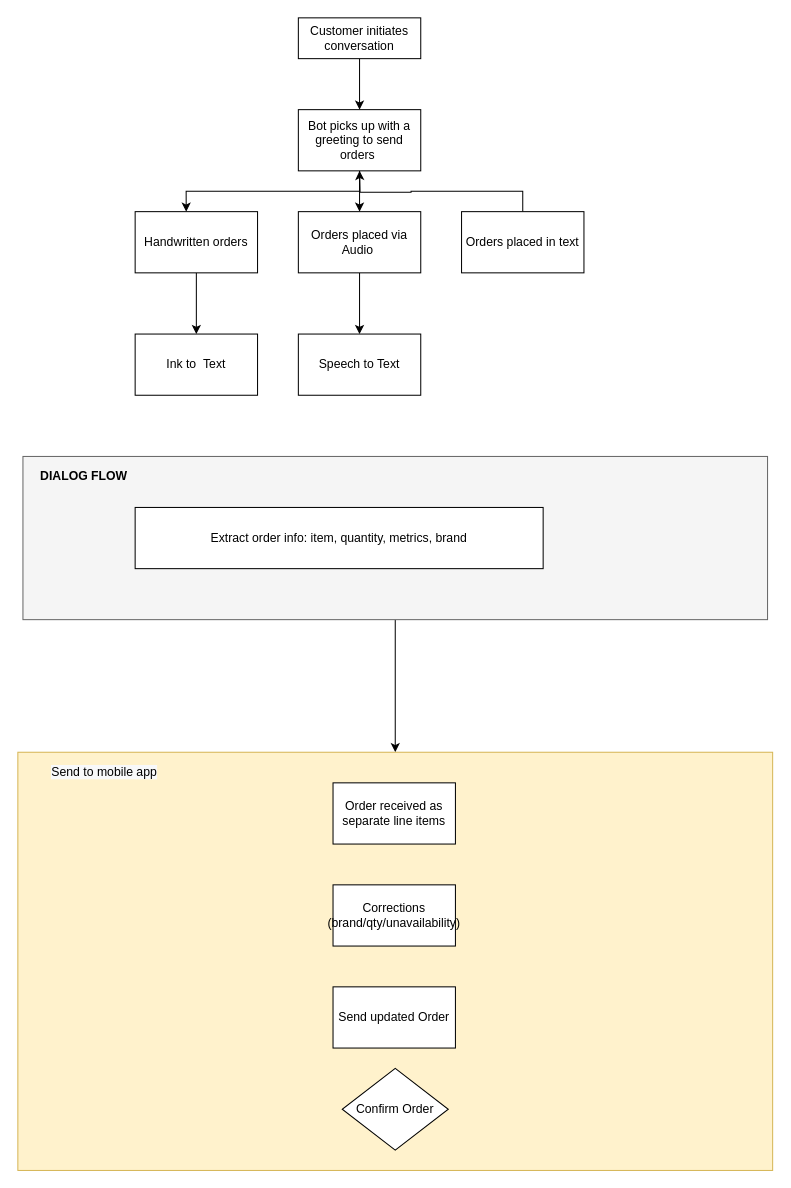
This is Untitled Diagram.drawio from hsachinraj/retail, a draw.io file, before an edit. Source tidied: cells renumbered, new cells numbered last; positions are measured from the earlier drawing's top-left corner, leaving out a move shared by most shapes. Both pictures are drawn from the tidied source at 102%, with x=0, y=0 at pixel (17, 17).
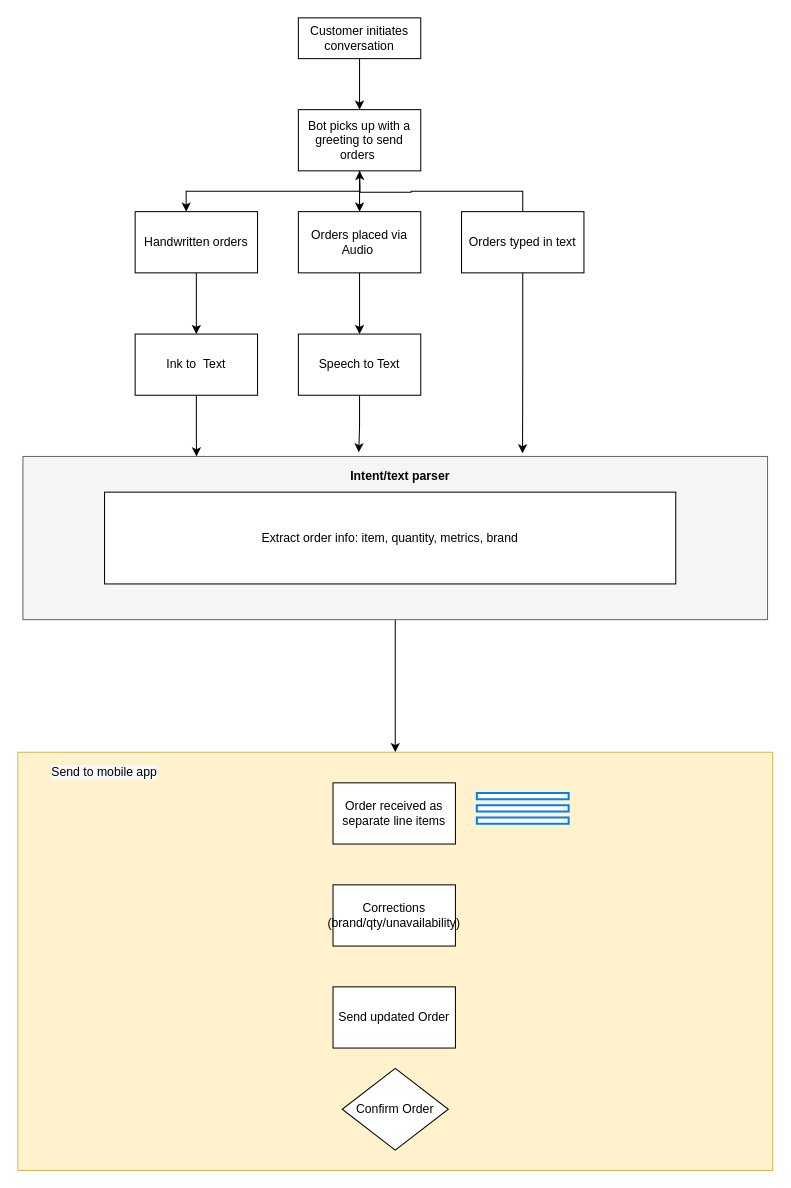
Above is the later version.

Unchanged cells that the change refers to:
```xml
<mxCell id="3" style="rounded=0;whiteSpace=wrap;html=1;fillColor=#f5f5f5;strokeColor=#666666;fontColor=#333333;" parent="1" vertex="1">
  <mxGeometry x="5" y="430" width="730" height="160" as="geometry" />
</mxCell>
<mxCell id="15" value="Speech to Text" style="whiteSpace=wrap;html=1;" parent="1" vertex="1">
  <mxGeometry x="275" y="310" width="120" height="60" as="geometry" />
</mxCell>
<mxCell id="16" value="Ink to &amp;nbsp;Text" style="whiteSpace=wrap;html=1;" parent="1" vertex="1">
  <mxGeometry x="115" y="310" width="120" height="60" as="geometry" />
</mxCell>
```

The edit, as a diff of the source:
```diff
@@
+    <mxCell id="25" style="edgeStyle=orthogonalEdgeStyle;rounded=0;jettySize=auto;html=1;exitX=0.5;exitY=1;exitDx=0;exitDy=0;entryX=0.671;entryY=-0.019;entryDx=0;entryDy=0;entryPerimeter=0;" parent="1" edge="1" source="14" target="3">
+      <mxGeometry relative="1" as="geometry" />
+    </mxCell>
-    <mxCell id="14" value="Orders placed in text" style="whiteSpace=wrap;html=1;" parent="1" vertex="1">
+    <mxCell id="14" value="Orders typed in text" style="whiteSpace=wrap;html=1;" parent="1" vertex="1">
       <mxGeometry x="435" y="190" width="120" height="60" as="geometry" />
     </mxCell>
+    <mxCell id="26" style="edgeStyle=orthogonalEdgeStyle;rounded=0;jettySize=auto;html=1;exitX=0.5;exitY=1;exitDx=0;exitDy=0;entryX=0.451;entryY=-0.025;entryDx=0;entryDy=0;entryPerimeter=0;" parent="1" edge="1" source="15" target="3">
+      <mxGeometry relative="1" as="geometry">
+        <Array as="points">
+          <mxPoint x="335" y="400" />
+        </Array>
+      </mxGeometry>
+    </mxCell>
@@
+    <mxCell id="27" style="edgeStyle=orthogonalEdgeStyle;rounded=0;jettySize=auto;html=1;exitX=0.5;exitY=1;exitDx=0;exitDy=0;entryX=0.233;entryY=0;entryDx=0;entryDy=0;entryPerimeter=0;" parent="1" edge="1" source="16" target="3">
+      <mxGeometry relative="1" as="geometry" />
+    </mxCell>
@@
     <mxCell id="17" value="Extract order info: item, quantity, metrics, brand" style="whiteSpace=wrap;html=1;" parent="1" vertex="1">
-      <mxGeometry x="115" y="480" width="400" height="60" as="geometry" />
+      <mxGeometry x="85" y="465" width="560" height="90" as="geometry" />
     </mxCell>
-    <mxCell id="18" value="&lt;b&gt;DIALOG FLOW&lt;/b&gt;" style="text;html=1;strokeColor=none;fillColor=none;align=center;verticalAlign=middle;whiteSpace=wrap;rounded=0;" parent="1" vertex="1">
-      <mxGeometry x="15" y="440" width="100" height="20" as="geometry" />
+    <mxCell id="18" value="&lt;b&gt;Intent/text parser&lt;/b&gt;" style="text;html=1;strokeColor=none;fillColor=none;align=center;verticalAlign=middle;whiteSpace=wrap;rounded=0;" parent="1" vertex="1">
+      <mxGeometry x="15" y="440" width="720" height="20" as="geometry" />
     </mxCell>
@@
+    <mxCell id="28" style="html=1;verticalLabelPosition=bottom;align=center;labelBackgroundColor=#ffffff;verticalAlign=top;strokeWidth=2;strokeColor=#0080F0;shadow=0;dashed=0;shape=mxgraph.ios7.icons.options;" parent="1" vertex="1">
+      <mxGeometry x="450" y="760" width="90" height="30" as="geometry" />
+    </mxCell>
```
